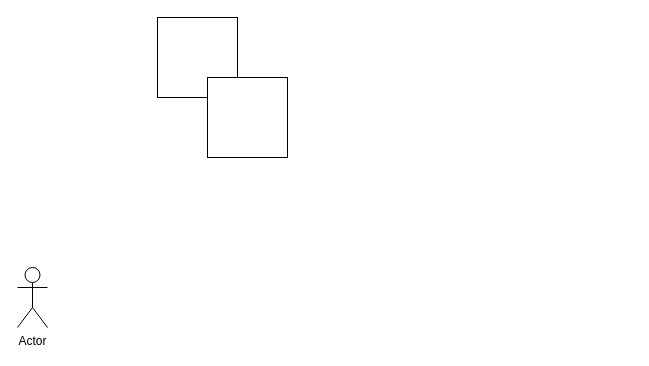
gumarson/SQL-Querys keeps this draw.io diagram as Diagrama sem nome.drawio. Above is the earlier version. Source tidied: cells renumbered, new cells numbered last; positions are measured from the earlier drawing's top-left corner, leaving out a move shared by most shapes. Both pictures are drawn from the tidied source at 100%, with x=0, y=0 at pixel (17, 17).
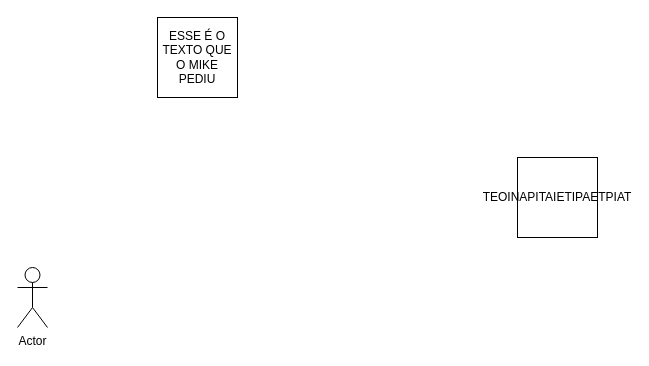
Above is the later version.

Diff of the diagram source:
```diff
@@
 <mxGraphModel>
   <root>
     <mxCell id="0" />
     <mxCell id="1" parent="0" />
-    <mxCell id="2" style="whiteSpace=wrap;html=1;" parent="1" vertex="1">
+    <mxCell id="2" value="ESSE É O TEXTO QUE O MIKE PEDIU" style="whiteSpace=wrap;html=1;" parent="1" vertex="1">
       <mxGeometry x="140" width="80" height="80" as="geometry" />
     </mxCell>
-    <mxCell id="3" style="whiteSpace=wrap;html=1;" parent="1" vertex="1">
-      <mxGeometry x="190" y="60" width="80" height="80" as="geometry" />
+    <mxCell id="3" value="TEOINAPITAIETIPAETPIAT" style="whiteSpace=wrap;html=1;" parent="1" vertex="1">
+      <mxGeometry x="500" y="140" width="80" height="80" as="geometry" />
     </mxCell>
     <mxCell id="4" value="Actor" style="shape=umlActor;verticalLabelPosition=bottom;verticalAlign=top;html=1;" parent="1" vertex="1">
       <mxGeometry y="250" width="30" height="60" as="geometry" />
     </mxCell>
   </root>
 </mxGraphModel>
```
